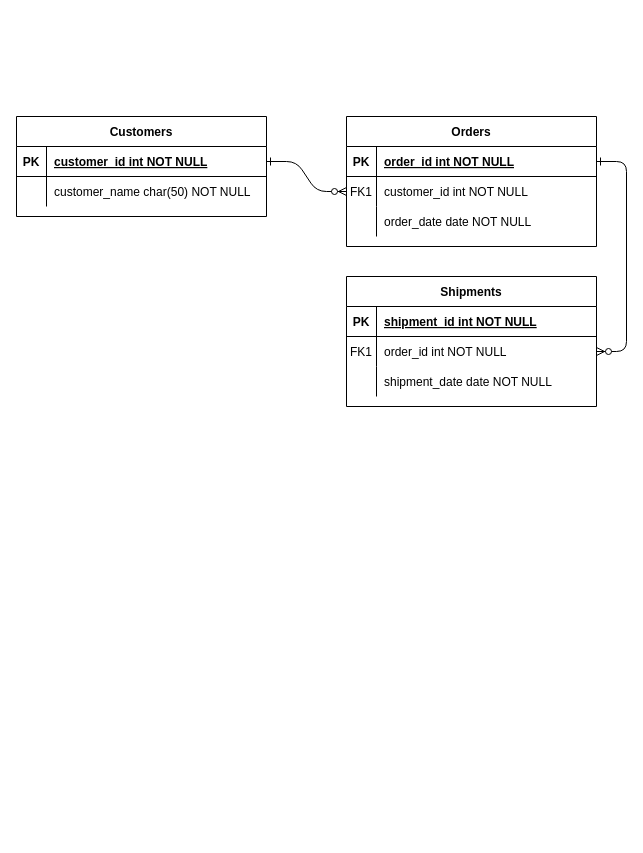
The draw.io diagram Rivango.drawio in ramen-7/webdev-practice, before the edit. Source tidied: cells renumbered, new cells numbered last; positions are measured from the earlier drawing's top-left corner, leaving out a move shared by most shapes. Both pictures are drawn from the tidied source at 100%, with x=0, y=0 at pixel (16, 116).
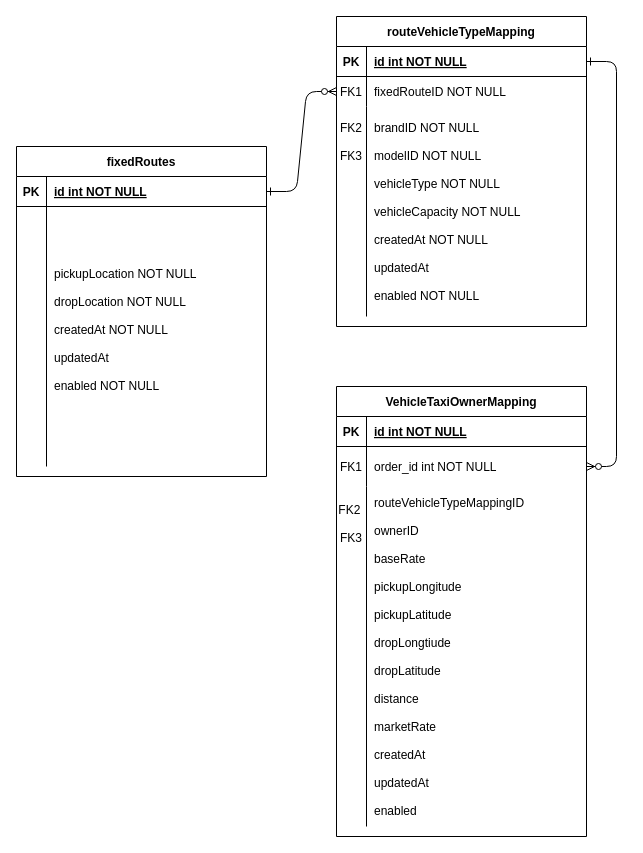
The same page after the edit.

The change refers to these unchanged cells:
```xml
<mxCell id="5" style="shape=partialRectangle;fillColor=none;points=[[0,0.5],[1,0.5]];portConstraint=eastwest;top=0;left=0;right=0;bottom=1;" parent="4" vertex="1">
  <mxGeometry y="30" width="250" height="30" as="geometry" />
</mxCell>
<mxCell id="8" style="shape=partialRectangle;fillColor=none;points=[[0,0.5],[1,0.5]];portConstraint=eastwest;top=0;left=0;right=0;bottom=0;" parent="4" vertex="1">
  <mxGeometry y="60" width="250" height="30" as="geometry" />
</mxCell>
<mxCell id="15" style="shape=partialRectangle;fillColor=none;top=0;left=0;right=0;bottom=1;" parent="14" vertex="1">
  <mxGeometry y="30" width="250" height="30" as="geometry" />
</mxCell>
<mxCell id="25" style="shape=partialRectangle;fillColor=none;points=[[0,0.5],[1,0.5]];portConstraint=eastwest;top=0;left=0;right=0;bottom=1;" parent="24" vertex="1">
  <mxGeometry y="30" width="250" height="30" as="geometry" />
</mxCell>
```

Change to the diagram source:
```diff
@@
-    <mxCell id="4" value="Orders" style="shape=table;startSize=30;childLayout=tableLayout;rowLines=0;fontStyle=1;align=center;" parent="1" vertex="1">
-      <mxGeometry x="330" width="250" height="130" as="geometry" />
+    <mxCell id="4" value="routeVehicleTypeMapping" style="shape=table;startSize=30;childLayout=tableLayout;rowLines=0;fontStyle=1;align=center;" parent="1" vertex="1">
+      <mxGeometry x="320" y="-100" width="250" height="310" as="geometry" />
     </mxCell>
@@
-    <mxCell id="7" value="order_id int NOT NULL " style="shape=partialRectangle;overflow=hidden;fillColor=none;top=0;left=0;bottom=0;right=0;align=left;spacingLeft=6;fontStyle=5;" parent="5" vertex="1">
+    <mxCell id="7" value="id int NOT NULL " style="shape=partialRectangle;overflow=hidden;fillColor=none;top=0;left=0;bottom=0;right=0;align=left;spacingLeft=6;fontStyle=5;" parent="5" vertex="1">
       <mxGeometry x="30" width="220" height="30" as="geometry" />
     </mxCell>
@@
-    <mxCell id="10" value="customer_id int NOT NULL" style="shape=partialRectangle;overflow=hidden;fillColor=none;top=0;left=0;bottom=0;right=0;align=left;spacingLeft=6;" parent="8" vertex="1">
+    <mxCell id="10" value="fixedRouteID NOT NULL" style="shape=partialRectangle;overflow=hidden;fillColor=none;top=0;left=0;bottom=0;right=0;align=left;spacingLeft=6;" parent="8" vertex="1">
       <mxGeometry x="30" width="220" height="30" as="geometry" />
     </mxCell>
     <mxCell id="11" style="shape=partialRectangle;fillColor=none;top=0;left=0;right=0;bottom=0;" parent="4" vertex="1">
-      <mxGeometry y="90" width="250" height="30" as="geometry" />
+      <mxGeometry y="90" width="250" height="210" as="geometry" />
     </mxCell>
-    <mxCell id="12" style="shape=partialRectangle;overflow=hidden;fillColor=none;top=0;left=0;bottom=0;right=0;" parent="11" vertex="1">
-      <mxGeometry width="30" height="30" as="geometry" />
+    <mxCell id="12" value="FK2&#10;&#10;FK3&#10;&#10;&#10;&#10;&#10;&#10;&#10;&#10;&#10;&#10;" style="shape=partialRectangle;overflow=hidden;fillColor=none;top=0;left=0;bottom=0;right=0;" parent="11" vertex="1">
+      <mxGeometry width="30" height="210" as="geometry" />
     </mxCell>
-    <mxCell id="13" value="order_date date NOT NULL" style="shape=partialRectangle;overflow=hidden;fillColor=none;top=0;left=0;bottom=0;right=0;align=left;spacingLeft=6;" parent="11" vertex="1">
-      <mxGeometry x="30" width="220" height="30" as="geometry" />
+    <mxCell id="13" value="brandID NOT NULL&#10;&#10;modelID NOT NULL&#10;&#10;vehicleType NOT NULL&#10;&#10;vehicleCapacity NOT NULL&#10;&#10;createdAt NOT NULL&#10;&#10;updatedAt &#10;&#10;enabled NOT NULL" style="shape=partialRectangle;overflow=hidden;fillColor=none;top=0;left=0;bottom=0;right=0;align=left;spacingLeft=6;" parent="11" vertex="1">
+      <mxGeometry x="30" width="220" height="210" as="geometry" />
     </mxCell>
-    <mxCell id="14" value="Shipments" style="shape=table;startSize=30;childLayout=tableLayout;rowLines=0;fontStyle=1;align=center;" parent="1" vertex="1">
-      <mxGeometry x="330" y="160" width="250" height="130" as="geometry" />
+    <mxCell id="14" value="VehicleTaxiOwnerMapping" style="shape=table;startSize=30;childLayout=tableLayout;rowLines=0;fontStyle=1;align=center;" parent="1" vertex="1">
+      <mxGeometry x="320" y="270" width="250" height="450" as="geometry" />
     </mxCell>
@@
-    <mxCell id="17" value="shipment_id int NOT NULL " style="shape=partialRectangle;overflow=hidden;fillColor=none;top=0;left=0;bottom=0;right=0;align=left;spacingLeft=6;fontStyle=5;" parent="15" vertex="1">
+    <mxCell id="17" value="id int NOT NULL " style="shape=partialRectangle;overflow=hidden;fillColor=none;top=0;left=0;bottom=0;right=0;align=left;spacingLeft=6;fontStyle=5;" parent="15" vertex="1">
       <mxGeometry x="30" width="220" height="30" as="geometry" />
     </mxCell>
     <mxCell id="18" style="shape=partialRectangle;fillColor=none;points=[[0,0.5],[1,0.5]];portConstraint=eastwest;top=0;left=0;right=0;bottom=0;" parent="14" vertex="1">
-      <mxGeometry y="60" width="250" height="30" as="geometry" />
+      <mxGeometry y="60" width="250" height="40" as="geometry" />
     </mxCell>
     <mxCell id="19" value="FK1" style="shape=partialRectangle;overflow=hidden;fillColor=none;top=0;left=0;bottom=0;right=0;" parent="18" vertex="1">
-      <mxGeometry width="30" height="30" as="geometry" />
+      <mxGeometry width="30" height="40" as="geometry" />
     </mxCell>
     <mxCell id="20" value="order_id int NOT NULL" style="shape=partialRectangle;overflow=hidden;fillColor=none;top=0;left=0;bottom=0;right=0;align=left;spacingLeft=6;" parent="18" vertex="1">
-      <mxGeometry x="30" width="220" height="30" as="geometry" />
+      <mxGeometry x="30" width="220" height="40" as="geometry" />
     </mxCell>
     <mxCell id="21" style="shape=partialRectangle;fillColor=none;top=0;left=0;right=0;bottom=0;" parent="14" vertex="1">
-      <mxGeometry y="90" width="250" height="30" as="geometry" />
+      <mxGeometry y="100" width="250" height="340" as="geometry" />
     </mxCell>
-    <mxCell id="22" style="shape=partialRectangle;overflow=hidden;fillColor=none;top=0;left=0;bottom=0;right=0;" parent="21" vertex="1">
-      <mxGeometry width="30" height="30" as="geometry" />
+    <mxCell id="22" value="FK2 &#10;&#10;FK3&#10;&#10;&#10;&#10;&#10;&#10;&#10;&#10;&#10;&#10;&#10;&#10;&#10;&#10;&#10;&#10;&#10;&#10;&#10;" style="shape=partialRectangle;overflow=hidden;fillColor=none;top=0;left=0;bottom=0;right=0;" parent="21" vertex="1">
+      <mxGeometry width="30" height="340" as="geometry" />
     </mxCell>
-    <mxCell id="23" value="shipment_date date NOT NULL" style="shape=partialRectangle;overflow=hidden;fillColor=none;top=0;left=0;bottom=0;right=0;align=left;spacingLeft=6;" parent="21" vertex="1">
-      <mxGeometry x="30" width="220" height="30" as="geometry" />
+    <mxCell id="23" value="routeVehicleTypeMappingID&#10;&#10;ownerID&#10;&#10;baseRate&#10;&#10;pickupLongitude&#10;&#10;pickupLatitude&#10;&#10;dropLongtiude&#10;&#10;dropLatitude&#10;&#10;distance&#10;&#10;marketRate&#10;&#10;createdAt&#10;&#10;updatedAt&#10;&#10;enabled" style="shape=partialRectangle;overflow=hidden;fillColor=none;top=0;left=0;bottom=0;right=0;align=left;spacingLeft=6;" parent="21" vertex="1">
+      <mxGeometry x="30" width="220" height="340" as="geometry" />
     </mxCell>
-    <mxCell id="24" value="Customers" style="shape=table;startSize=30;childLayout=tableLayout;rowLines=0;fontStyle=1;align=center;" parent="1" vertex="1">
-      <mxGeometry width="250" height="100" as="geometry" />
+    <mxCell id="24" value="fixedRoutes" style="shape=table;startSize=30;childLayout=tableLayout;rowLines=0;fontStyle=1;align=center;" parent="1" vertex="1">
+      <mxGeometry y="30" width="250" height="330" as="geometry" />
     </mxCell>
@@
-    <mxCell id="27" value="customer_id int NOT NULL " style="shape=partialRectangle;overflow=hidden;fillColor=none;top=0;left=0;bottom=0;right=0;align=left;spacingLeft=6;fontStyle=5;" parent="25" vertex="1">
+    <mxCell id="27" value="id int NOT NULL " style="shape=partialRectangle;overflow=hidden;fillColor=none;top=0;left=0;bottom=0;right=0;align=left;spacingLeft=6;fontStyle=5;" parent="25" vertex="1">
       <mxGeometry x="30" width="220" height="30" as="geometry" />
     </mxCell>
     <mxCell id="28" style="shape=partialRectangle;fillColor=none;top=0;left=0;right=0;bottom=0;" parent="24" vertex="1">
-      <mxGeometry y="60" width="250" height="30" as="geometry" />
+      <mxGeometry y="60" width="250" height="260" as="geometry" />
     </mxCell>
     <mxCell id="29" style="shape=partialRectangle;overflow=hidden;fillColor=none;top=0;left=0;bottom=0;right=0;" parent="28" vertex="1">
-      <mxGeometry width="30" height="30" as="geometry" />
+      <mxGeometry width="30" height="260" as="geometry" />
     </mxCell>
-    <mxCell id="30" value="customer_name char(50) NOT NULL" style="shape=partialRectangle;overflow=hidden;fillColor=none;top=0;left=0;bottom=0;right=0;align=left;spacingLeft=6;" parent="28" vertex="1">
-      <mxGeometry x="30" width="220" height="30" as="geometry" />
+    <mxCell id="30" value="pickupLocation NOT NULL&#10;&#10;dropLocation NOT NULL&#10;&#10;createdAt NOT NULL&#10;&#10;updatedAt &#10;&#10;enabled NOT NULL&#10;" style="shape=partialRectangle;overflow=hidden;fillColor=none;top=0;left=0;bottom=0;right=0;align=left;spacingLeft=6;" parent="28" vertex="1">
+      <mxGeometry x="30" width="220" height="260" as="geometry" />
     </mxCell>
```
